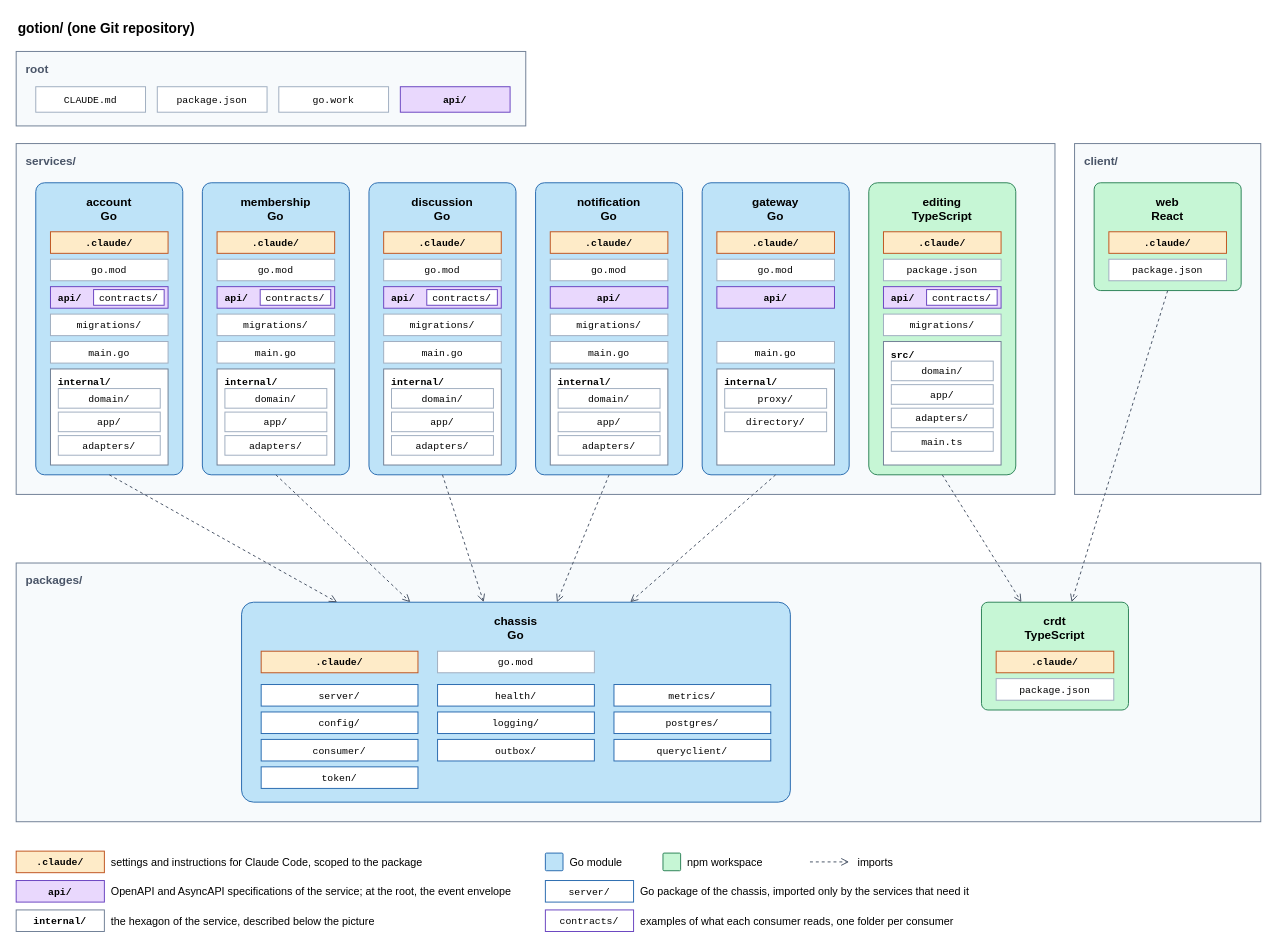
Above: docs/assets/devops/monorepo.drawio in Bending-Forks/gotion (draw.io), before the change. Source tidied: cells renumbered, new cells numbered last; positions are measured from the earlier drawing's top-left corner, leaving out a move shared by most shapes. Both pictures are drawn from the tidied source at 98%, with x=0, y=0 at pixel (16, 16).
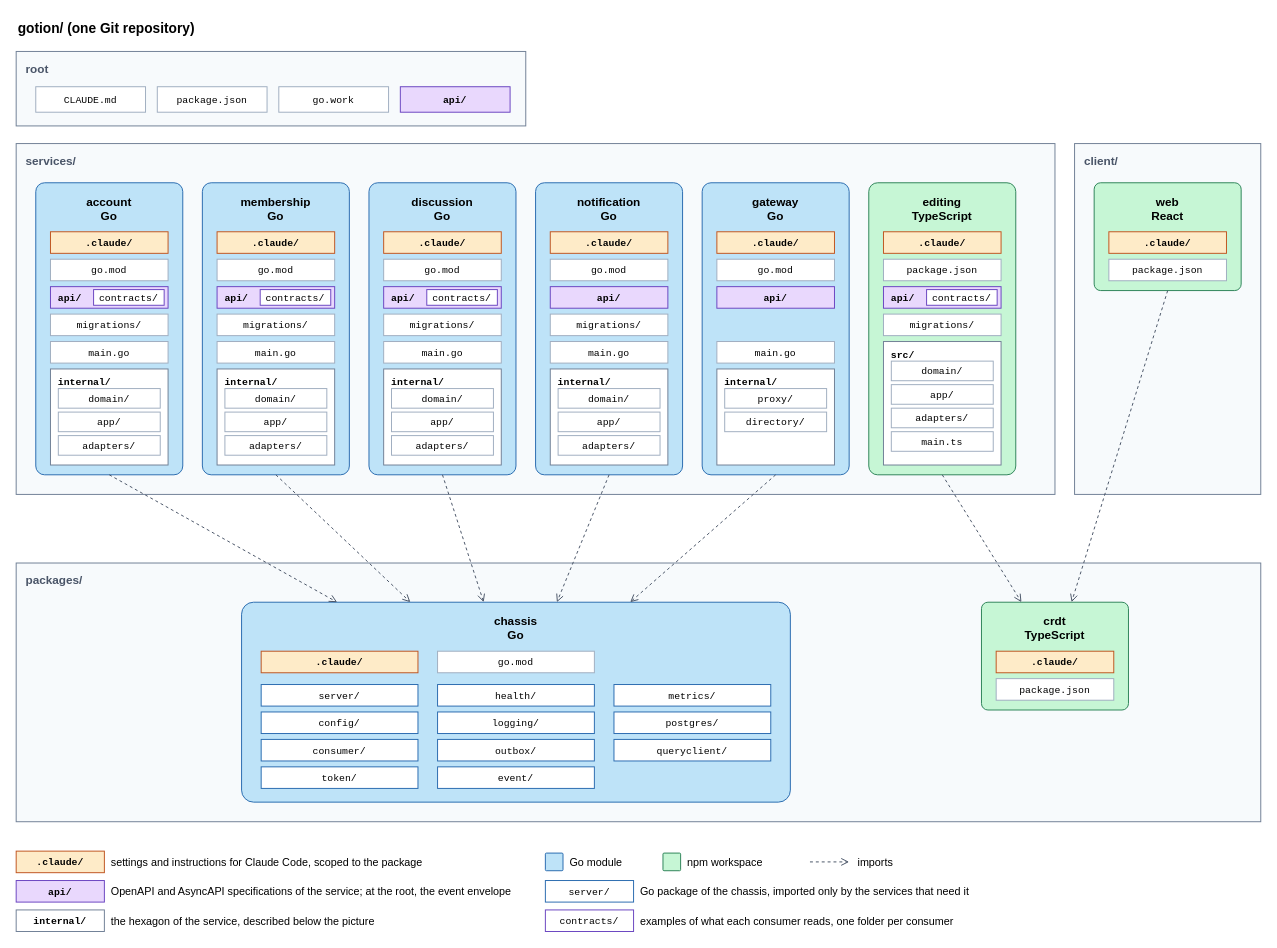
Above is the later version.

Change to the diagram source:
```diff
@@
+    <mxCell id="115" value="event/" style="rounded=0;fillColor=#ffffff;strokeColor=#2b6cb0;fontSize=10;fontFamily=Courier New;html=0;" parent="1" vertex="1">
+      <mxGeometry x="430" y="766" width="160" height="22" as="geometry" />
+    </mxCell>
```
